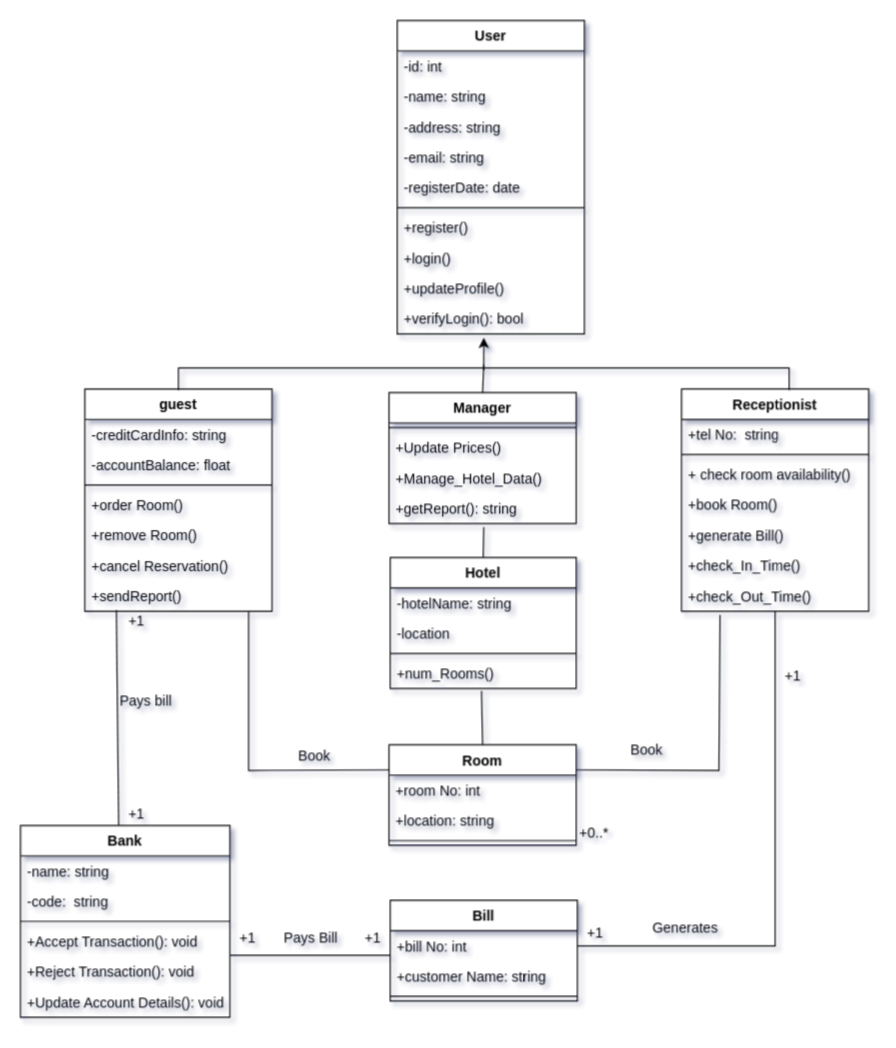
AhmedTarek-95/System-Desine keeps this draw.io diagram as Class diagram2.drawio. Above is the earlier version. Source tidied: cells renumbered, new cells numbered last; positions are measured from the earlier drawing's top-left corner, leaving out a move shared by most shapes. Both pictures are drawn from the tidied source at 117%, with x=0, y=0 at pixel (20, 20).
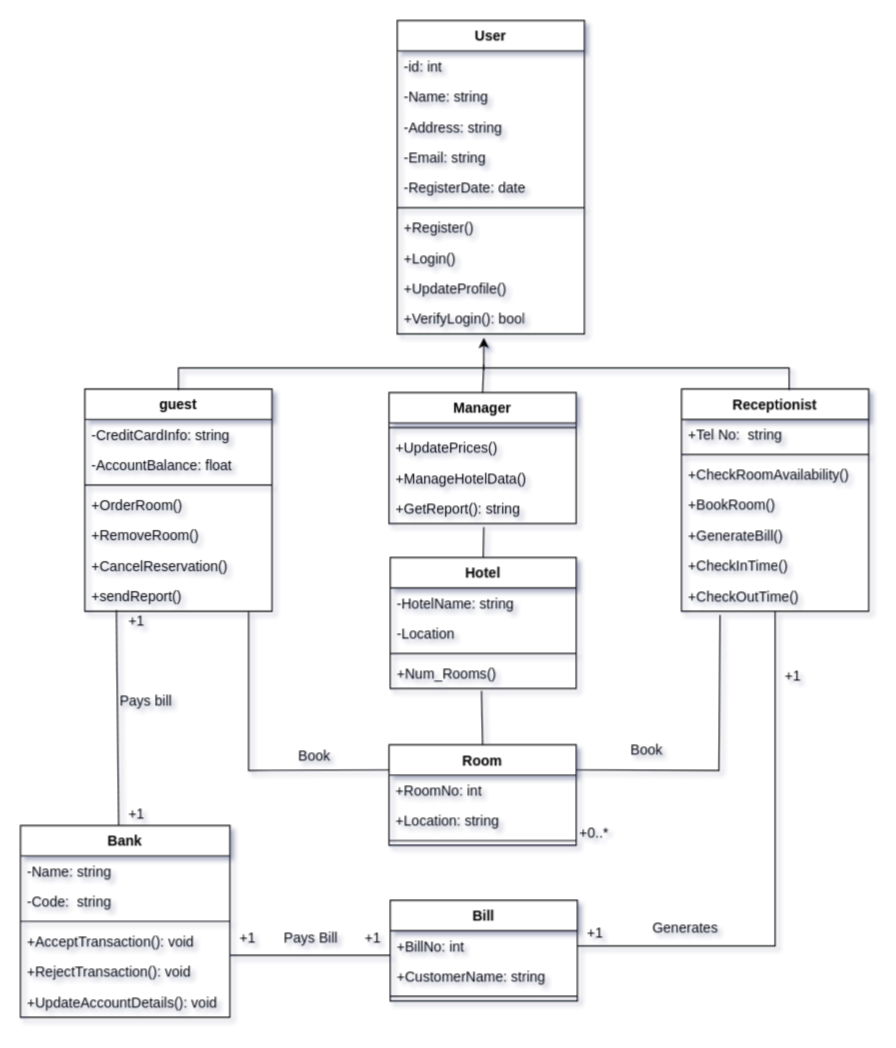
The same diagram, later.

Unchanged cells that the change refers to:
```xml
<mxCell id="2" value="Manager" style="swimlane;fontStyle=1;align=center;verticalAlign=top;horizontal=1;startSize=26;" parent="1" vertex="1">
  <mxGeometry x="315" y="318" width="160" height="112" as="geometry" />
</mxCell>
<mxCell id="7" value="guest" style="swimlane;fontStyle=1;align=center;verticalAlign=top;horizontal=1;startSize=26;" parent="1" vertex="1">
  <mxGeometry x="55" y="315" width="160" height="190" as="geometry" />
</mxCell>
<mxCell id="15" value="Room" style="swimlane;fontStyle=1;align=center;verticalAlign=top;horizontal=1;startSize=26;" parent="1" vertex="1">
  <mxGeometry x="315" y="619" width="160" height="86" as="geometry" />
</mxCell>
<mxCell id="19" value="Receptionist" style="swimlane;fontStyle=1;align=center;verticalAlign=top;horizontal=1;startSize=26;gradientColor=none;" parent="1" vertex="1">
  <mxGeometry x="565" y="315" width="160" height="190" as="geometry" />
</mxCell>
<mxCell id="29" value="Bill" style="swimlane;fontStyle=1;align=center;verticalAlign=top;horizontal=1;startSize=26;" parent="1" vertex="1">
  <mxGeometry x="316" y="752" width="160" height="86" as="geometry" />
</mxCell>
<mxCell id="43" value="User" style="swimlane;fontStyle=1;align=center;verticalAlign=top;horizontal=1;startSize=26;" parent="1" vertex="1">
  <mxGeometry x="322" width="160" height="268" as="geometry" />
</mxCell>
<mxCell id="54" value="Bank" style="swimlane;fontStyle=1;align=center;verticalAlign=top;horizontal=1;startSize=26;" parent="1" vertex="1">
  <mxGeometry y="688" width="179" height="164" as="geometry" />
</mxCell>
<mxCell id="68" value="Hotel" style="swimlane;fontStyle=1;align=center;verticalAlign=top;horizontal=1;startSize=26;" parent="1" vertex="1">
  <mxGeometry x="316" y="459" width="159" height="112" as="geometry" />
</mxCell>
```

Diff of the diagram source:
```diff
@@
-    <mxCell id="4" value="+Update Prices()" style="text;strokeColor=none;fillColor=none;align=left;verticalAlign=top;spacingLeft=4;spacingRight=4;overflow=hidden;" parent="2" vertex="1">
+    <mxCell id="4" value="+UpdatePrices()" style="text;strokeColor=none;fillColor=none;align=left;verticalAlign=top;spacingLeft=4;spacingRight=4;overflow=hidden;" parent="2" vertex="1">
       <mxGeometry y="34" width="160" height="26" as="geometry" />
     </mxCell>
-    <mxCell id="5" value="+Manage_Hotel_Data()" style="text;strokeColor=none;fillColor=none;align=left;verticalAlign=top;spacingLeft=4;spacingRight=4;overflow=hidden;" parent="2" vertex="1">
+    <mxCell id="5" value="+ManageHotelData()" style="text;strokeColor=none;fillColor=none;align=left;verticalAlign=top;spacingLeft=4;spacingRight=4;overflow=hidden;" parent="2" vertex="1">
       <mxGeometry y="60" width="160" height="26" as="geometry" />
     </mxCell>
-    <mxCell id="6" value="+getReport(): string" style="text;strokeColor=none;fillColor=none;align=left;verticalAlign=top;spacingLeft=4;spacingRight=4;overflow=hidden;" parent="2" vertex="1">
+    <mxCell id="6" value="+GetReport(): string" style="text;strokeColor=none;fillColor=none;align=left;verticalAlign=top;spacingLeft=4;spacingRight=4;overflow=hidden;" parent="2" vertex="1">
       <mxGeometry y="86" width="160" height="26" as="geometry" />
     </mxCell>
@@
-    <mxCell id="8" value="-creditCardInfo: string" style="text;strokeColor=none;fillColor=none;align=left;verticalAlign=top;spacingLeft=4;spacingRight=4;overflow=hidden;" parent="7" vertex="1">
+    <mxCell id="8" value="-CreditCardInfo: string" style="text;strokeColor=none;fillColor=none;align=left;verticalAlign=top;spacingLeft=4;spacingRight=4;overflow=hidden;" parent="7" vertex="1">
       <mxGeometry y="26" width="160" height="26" as="geometry" />
     </mxCell>
-    <mxCell id="9" value="-accountBalance: float" style="text;strokeColor=none;fillColor=none;align=left;verticalAlign=top;spacingLeft=4;spacingRight=4;overflow=hidden;" parent="7" vertex="1">
+    <mxCell id="9" value="-AccountBalance: float" style="text;strokeColor=none;fillColor=none;align=left;verticalAlign=top;spacingLeft=4;spacingRight=4;overflow=hidden;" parent="7" vertex="1">
       <mxGeometry y="52" width="160" height="26" as="geometry" />
     </mxCell>
@@
-    <mxCell id="11" value="+order Room()" style="text;strokeColor=none;fillColor=none;align=left;verticalAlign=top;spacingLeft=4;spacingRight=4;overflow=hidden;" parent="7" vertex="1">
+    <mxCell id="11" value="+OrderRoom()" style="text;strokeColor=none;fillColor=none;align=left;verticalAlign=top;spacingLeft=4;spacingRight=4;overflow=hidden;" parent="7" vertex="1">
       <mxGeometry y="86" width="160" height="26" as="geometry" />
     </mxCell>
-    <mxCell id="12" value="+remove Room()" style="text;strokeColor=none;fillColor=none;align=left;verticalAlign=top;spacingLeft=4;spacingRight=4;overflow=hidden;" parent="7" vertex="1">
+    <mxCell id="12" value="+RemoveRoom()" style="text;strokeColor=none;fillColor=none;align=left;verticalAlign=top;spacingLeft=4;spacingRight=4;overflow=hidden;" parent="7" vertex="1">
       <mxGeometry y="112" width="160" height="26" as="geometry" />
     </mxCell>
-    <mxCell id="13" value="+cancel Reservation()" style="text;strokeColor=none;fillColor=none;align=left;verticalAlign=top;spacingLeft=4;spacingRight=4;overflow=hidden;" parent="7" vertex="1">
+    <mxCell id="13" value="+CancelReservation()" style="text;strokeColor=none;fillColor=none;align=left;verticalAlign=top;spacingLeft=4;spacingRight=4;overflow=hidden;" parent="7" vertex="1">
       <mxGeometry y="138" width="160" height="26" as="geometry" />
     </mxCell>
@@
-    <mxCell id="16" value="+room No: int" style="text;strokeColor=none;fillColor=none;align=left;verticalAlign=top;spacingLeft=4;spacingRight=4;overflow=hidden;" parent="15" vertex="1">
+    <mxCell id="16" value="+RoomNo: int" style="text;strokeColor=none;fillColor=none;align=left;verticalAlign=top;spacingLeft=4;spacingRight=4;overflow=hidden;" parent="15" vertex="1">
       <mxGeometry y="26" width="160" height="26" as="geometry" />
     </mxCell>
-    <mxCell id="17" value="+location: string" style="text;strokeColor=none;fillColor=none;align=left;verticalAlign=top;spacingLeft=4;spacingRight=4;overflow=hidden;" parent="15" vertex="1">
+    <mxCell id="17" value="+Location: string" style="text;strokeColor=none;fillColor=none;align=left;verticalAlign=top;spacingLeft=4;spacingRight=4;overflow=hidden;" parent="15" vertex="1">
       <mxGeometry y="52" width="160" height="26" as="geometry" />
     </mxCell>
@@
-    <mxCell id="20" value="+tel No:  string" style="text;strokeColor=none;fillColor=none;align=left;verticalAlign=top;spacingLeft=4;spacingRight=4;overflow=hidden;" parent="19" vertex="1">
+    <mxCell id="20" value="+Tel No:  string" style="text;strokeColor=none;fillColor=none;align=left;verticalAlign=top;spacingLeft=4;spacingRight=4;overflow=hidden;" parent="19" vertex="1">
       <mxGeometry y="26" width="160" height="26" as="geometry" />
     </mxCell>
@@
-    <mxCell id="22" value="+ check room availability()" style="text;strokeColor=none;fillColor=none;align=left;verticalAlign=top;spacingLeft=4;spacingRight=4;overflow=hidden;" parent="19" vertex="1">
+    <mxCell id="22" value="+CheckRoomAvailability()" style="text;strokeColor=none;fillColor=none;align=left;verticalAlign=top;spacingLeft=4;spacingRight=4;overflow=hidden;" parent="19" vertex="1">
       <mxGeometry y="60" width="160" height="26" as="geometry" />
     </mxCell>
-    <mxCell id="23" value="+book Room()" style="text;strokeColor=none;fillColor=none;align=left;verticalAlign=top;spacingLeft=4;spacingRight=4;overflow=hidden;" parent="19" vertex="1">
+    <mxCell id="23" value="+BookRoom()" style="text;strokeColor=none;fillColor=none;align=left;verticalAlign=top;spacingLeft=4;spacingRight=4;overflow=hidden;" parent="19" vertex="1">
       <mxGeometry y="86" width="160" height="26" as="geometry" />
     </mxCell>
-    <mxCell id="24" value="+generate Bill()" style="text;strokeColor=none;fillColor=none;align=left;verticalAlign=top;spacingLeft=4;spacingRight=4;overflow=hidden;" parent="19" vertex="1">
+    <mxCell id="24" value="+GenerateBill()" style="text;strokeColor=none;fillColor=none;align=left;verticalAlign=top;spacingLeft=4;spacingRight=4;overflow=hidden;" parent="19" vertex="1">
       <mxGeometry y="112" width="160" height="26" as="geometry" />
     </mxCell>
-    <mxCell id="25" value="+check_In_Time()" style="text;strokeColor=none;fillColor=none;align=left;verticalAlign=top;spacingLeft=4;spacingRight=4;overflow=hidden;" parent="19" vertex="1">
+    <mxCell id="25" value="+CheckInTime()" style="text;strokeColor=none;fillColor=none;align=left;verticalAlign=top;spacingLeft=4;spacingRight=4;overflow=hidden;" parent="19" vertex="1">
       <mxGeometry y="138" width="160" height="26" as="geometry" />
     </mxCell>
-    <mxCell id="26" value="+check_Out_Time()" style="text;strokeColor=none;fillColor=none;align=left;verticalAlign=top;spacingLeft=4;spacingRight=4;overflow=hidden;points=[[0,0.5],[1,0.5]];portConstraint=eastwest;" parent="19" vertex="1">
+    <mxCell id="26" value="+CheckOutTime()" style="text;strokeColor=none;fillColor=none;align=left;verticalAlign=top;spacingLeft=4;spacingRight=4;overflow=hidden;points=[[0,0.5],[1,0.5]];portConstraint=eastwest;" parent="19" vertex="1">
       <mxGeometry y="164" width="160" height="26" as="geometry" />
     </mxCell>
@@
-    <mxCell id="30" value="+bill No: int" style="text;strokeColor=none;fillColor=none;align=left;verticalAlign=top;spacingLeft=4;spacingRight=4;overflow=hidden;points=[[0,0.5],[1,0.5]];portConstraint=eastwest;" parent="29" vertex="1">
+    <mxCell id="30" value="+BillNo: int" style="text;strokeColor=none;fillColor=none;align=left;verticalAlign=top;spacingLeft=4;spacingRight=4;overflow=hidden;points=[[0,0.5],[1,0.5]];portConstraint=eastwest;" parent="29" vertex="1">
       <mxGeometry y="26" width="160" height="26" as="geometry" />
     </mxCell>
-    <mxCell id="31" value="+customer Name: string" style="text;strokeColor=none;fillColor=none;align=left;verticalAlign=top;spacingLeft=4;spacingRight=4;overflow=hidden;" parent="29" vertex="1">
+    <mxCell id="31" value="+CustomerName: string" style="text;strokeColor=none;fillColor=none;align=left;verticalAlign=top;spacingLeft=4;spacingRight=4;overflow=hidden;" parent="29" vertex="1">
       <mxGeometry y="52" width="160" height="26" as="geometry" />
     </mxCell>
@@
-    <mxCell id="45" value="-name: string" style="text;strokeColor=none;fillColor=none;align=left;verticalAlign=top;spacingLeft=4;spacingRight=4;overflow=hidden;" parent="43" vertex="1">
+    <mxCell id="45" value="-Name: string" style="text;strokeColor=none;fillColor=none;align=left;verticalAlign=top;spacingLeft=4;spacingRight=4;overflow=hidden;" parent="43" vertex="1">
       <mxGeometry y="52" width="160" height="26" as="geometry" />
     </mxCell>
-    <mxCell id="46" value="-address: string" style="text;strokeColor=none;fillColor=none;align=left;verticalAlign=top;spacingLeft=4;spacingRight=4;overflow=hidden;" parent="43" vertex="1">
+    <mxCell id="46" value="-Address: string" style="text;strokeColor=none;fillColor=none;align=left;verticalAlign=top;spacingLeft=4;spacingRight=4;overflow=hidden;" parent="43" vertex="1">
       <mxGeometry y="78" width="160" height="26" as="geometry" />
     </mxCell>
-    <mxCell id="47" value="-email: string" style="text;strokeColor=none;fillColor=none;align=left;verticalAlign=top;spacingLeft=4;spacingRight=4;overflow=hidden;" parent="43" vertex="1">
+    <mxCell id="47" value="-Email: string" style="text;strokeColor=none;fillColor=none;align=left;verticalAlign=top;spacingLeft=4;spacingRight=4;overflow=hidden;" parent="43" vertex="1">
       <mxGeometry y="104" width="160" height="26" as="geometry" />
     </mxCell>
-    <mxCell id="48" value="-registerDate: date" style="text;strokeColor=none;fillColor=none;align=left;verticalAlign=top;spacingLeft=4;spacingRight=4;overflow=hidden;" parent="43" vertex="1">
+    <mxCell id="48" value="-RegisterDate: date" style="text;strokeColor=none;fillColor=none;align=left;verticalAlign=top;spacingLeft=4;spacingRight=4;overflow=hidden;" parent="43" vertex="1">
       <mxGeometry y="130" width="160" height="26" as="geometry" />
     </mxCell>
@@
-    <mxCell id="50" value="+register()" style="text;strokeColor=none;fillColor=none;align=left;verticalAlign=top;spacingLeft=4;spacingRight=4;overflow=hidden;" parent="43" vertex="1">
+    <mxCell id="50" value="+Register()" style="text;strokeColor=none;fillColor=none;align=left;verticalAlign=top;spacingLeft=4;spacingRight=4;overflow=hidden;" parent="43" vertex="1">
       <mxGeometry y="164" width="160" height="26" as="geometry" />
     </mxCell>
-    <mxCell id="51" value="+login()" style="text;strokeColor=none;fillColor=none;align=left;verticalAlign=top;spacingLeft=4;spacingRight=4;overflow=hidden;" parent="43" vertex="1">
+    <mxCell id="51" value="+Login()" style="text;strokeColor=none;fillColor=none;align=left;verticalAlign=top;spacingLeft=4;spacingRight=4;overflow=hidden;" parent="43" vertex="1">
       <mxGeometry y="190" width="160" height="26" as="geometry" />
     </mxCell>
-    <mxCell id="52" value="+updateProfile()" style="text;strokeColor=none;fillColor=none;align=left;verticalAlign=top;spacingLeft=4;spacingRight=4;overflow=hidden;" parent="43" vertex="1">
+    <mxCell id="52" value="+UpdateProfile()" style="text;strokeColor=none;fillColor=none;align=left;verticalAlign=top;spacingLeft=4;spacingRight=4;overflow=hidden;" parent="43" vertex="1">
       <mxGeometry y="216" width="160" height="26" as="geometry" />
     </mxCell>
-    <mxCell id="53" value="+verifyLogin(): bool" style="text;strokeColor=none;fillColor=none;align=left;verticalAlign=top;spacingLeft=4;spacingRight=4;overflow=hidden;" parent="43" vertex="1">
+    <mxCell id="53" value="+VerifyLogin(): bool" style="text;strokeColor=none;fillColor=none;align=left;verticalAlign=top;spacingLeft=4;spacingRight=4;overflow=hidden;" parent="43" vertex="1">
       <mxGeometry y="242" width="160" height="26" as="geometry" />
     </mxCell>
@@
-    <mxCell id="55" value="-name: string" style="text;strokeColor=none;fillColor=none;align=left;verticalAlign=top;spacingLeft=4;spacingRight=4;overflow=hidden;" parent="54" vertex="1">
+    <mxCell id="55" value="-Name: string" style="text;strokeColor=none;fillColor=none;align=left;verticalAlign=top;spacingLeft=4;spacingRight=4;overflow=hidden;" parent="54" vertex="1">
       <mxGeometry y="26" width="179" height="26" as="geometry" />
     </mxCell>
-    <mxCell id="56" value="-code:  string" style="text;strokeColor=none;fillColor=none;align=left;verticalAlign=top;spacingLeft=4;spacingRight=4;overflow=hidden;" parent="54" vertex="1">
+    <mxCell id="56" value="-Code:  string" style="text;strokeColor=none;fillColor=none;align=left;verticalAlign=top;spacingLeft=4;spacingRight=4;overflow=hidden;" parent="54" vertex="1">
       <mxGeometry y="52" width="179" height="26" as="geometry" />
     </mxCell>
@@
-    <mxCell id="58" value="+Accept Transaction(): void" style="text;strokeColor=none;fillColor=none;align=left;verticalAlign=top;spacingLeft=4;spacingRight=4;overflow=hidden;points=[[0,0.5],[1,0.5]];portConstraint=eastwest;" parent="54" vertex="1">
+    <mxCell id="58" value="+AcceptTransaction(): void" style="text;strokeColor=none;fillColor=none;align=left;verticalAlign=top;spacingLeft=4;spacingRight=4;overflow=hidden;points=[[0,0.5],[1,0.5]];portConstraint=eastwest;" parent="54" vertex="1">
       <mxGeometry y="86" width="179" height="26" as="geometry" />
     </mxCell>
-    <mxCell id="59" value="+Reject Transaction(): void" style="text;strokeColor=none;fillColor=none;align=left;verticalAlign=top;spacingLeft=4;spacingRight=4;overflow=hidden;" parent="54" vertex="1">
+    <mxCell id="59" value="+RejectTransaction(): void" style="text;strokeColor=none;fillColor=none;align=left;verticalAlign=top;spacingLeft=4;spacingRight=4;overflow=hidden;" parent="54" vertex="1">
       <mxGeometry y="112" width="179" height="26" as="geometry" />
     </mxCell>
-    <mxCell id="60" value="+Update Account Details(): void" style="text;strokeColor=none;fillColor=none;align=left;verticalAlign=top;spacingLeft=4;spacingRight=4;overflow=hidden;" parent="54" vertex="1">
+    <mxCell id="60" value="+UpdateAccountDetails(): void" style="text;strokeColor=none;fillColor=none;align=left;verticalAlign=top;spacingLeft=4;spacingRight=4;overflow=hidden;" parent="54" vertex="1">
       <mxGeometry y="138" width="179" height="26" as="geometry" />
     </mxCell>
@@
-    <mxCell id="69" value="-hotelName: string" style="text;strokeColor=none;fillColor=none;align=left;verticalAlign=top;spacingLeft=4;spacingRight=4;overflow=hidden;" parent="68" vertex="1">
+    <mxCell id="69" value="-HotelName: string" style="text;strokeColor=none;fillColor=none;align=left;verticalAlign=top;spacingLeft=4;spacingRight=4;overflow=hidden;" parent="68" vertex="1">
       <mxGeometry y="26" width="159" height="26" as="geometry" />
     </mxCell>
-    <mxCell id="70" value="-location" style="text;strokeColor=none;fillColor=none;align=left;verticalAlign=top;spacingLeft=4;spacingRight=4;overflow=hidden;" parent="68" vertex="1">
+    <mxCell id="70" value="-Location" style="text;strokeColor=none;fillColor=none;align=left;verticalAlign=top;spacingLeft=4;spacingRight=4;overflow=hidden;" parent="68" vertex="1">
       <mxGeometry y="52" width="159" height="26" as="geometry" />
     </mxCell>
@@
-    <mxCell id="72" value="+num_Rooms()" style="text;strokeColor=none;fillColor=none;align=left;verticalAlign=top;spacingLeft=4;spacingRight=4;overflow=hidden;points=[[0,0.5],[1,0.5]];portConstraint=eastwest;" parent="68" vertex="1">
+    <mxCell id="72" value="+Num_Rooms()" style="text;strokeColor=none;fillColor=none;align=left;verticalAlign=top;spacingLeft=4;spacingRight=4;overflow=hidden;points=[[0,0.5],[1,0.5]];portConstraint=eastwest;" parent="68" vertex="1">
       <mxGeometry y="86" width="159" height="26" as="geometry" />
     </mxCell>
```
